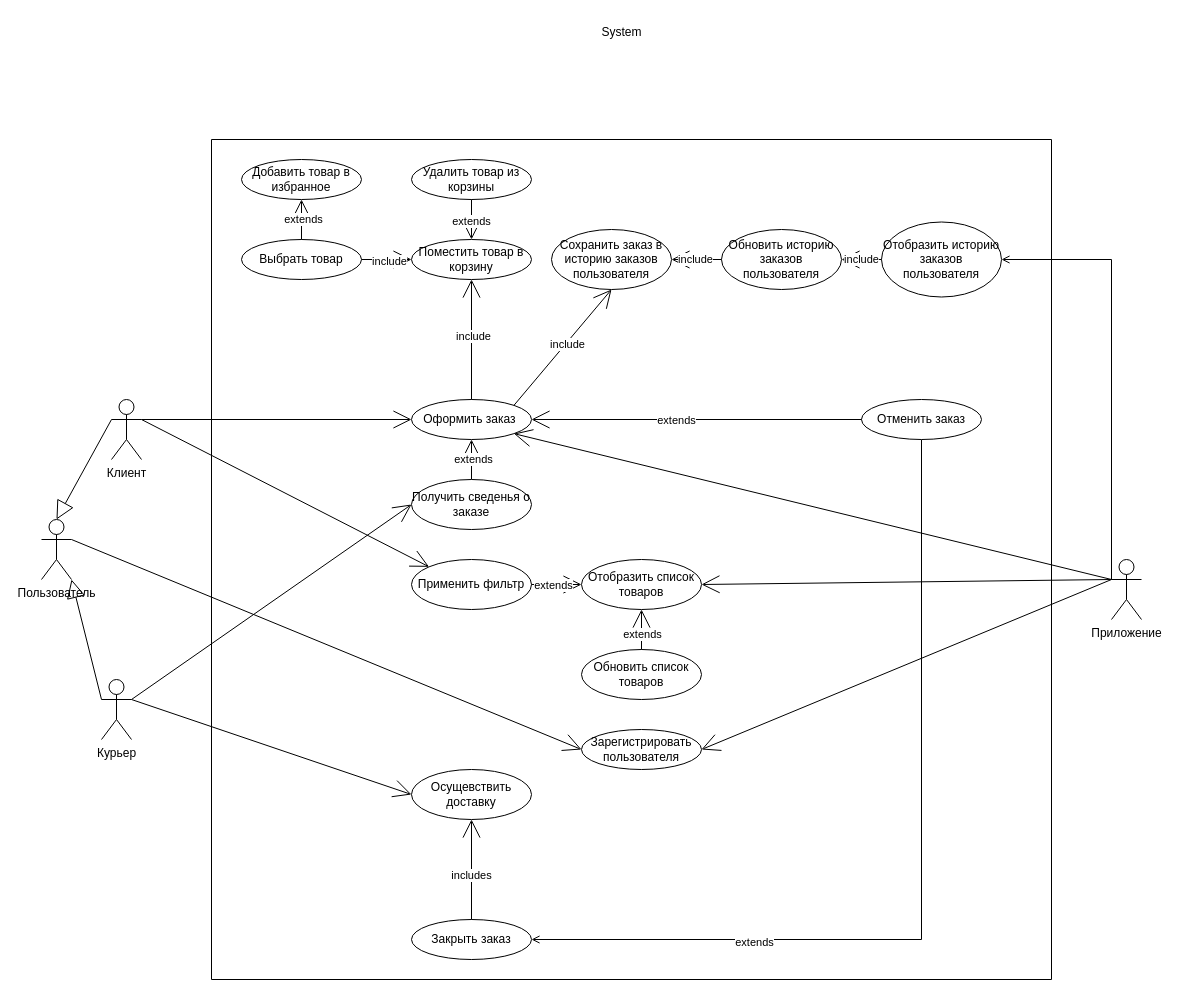
This is precedents_delivery_service.drawio from MstislavRomanovski/ProgramIngeneering, a draw.io file, before an edit. Source tidied: cells renumbered, new cells numbered last; positions are measured from the earlier drawing's top-left corner, leaving out a move shared by most shapes. Both pictures are drawn from the tidied source at 100%, with x=0, y=0 at pixel (41, 17).
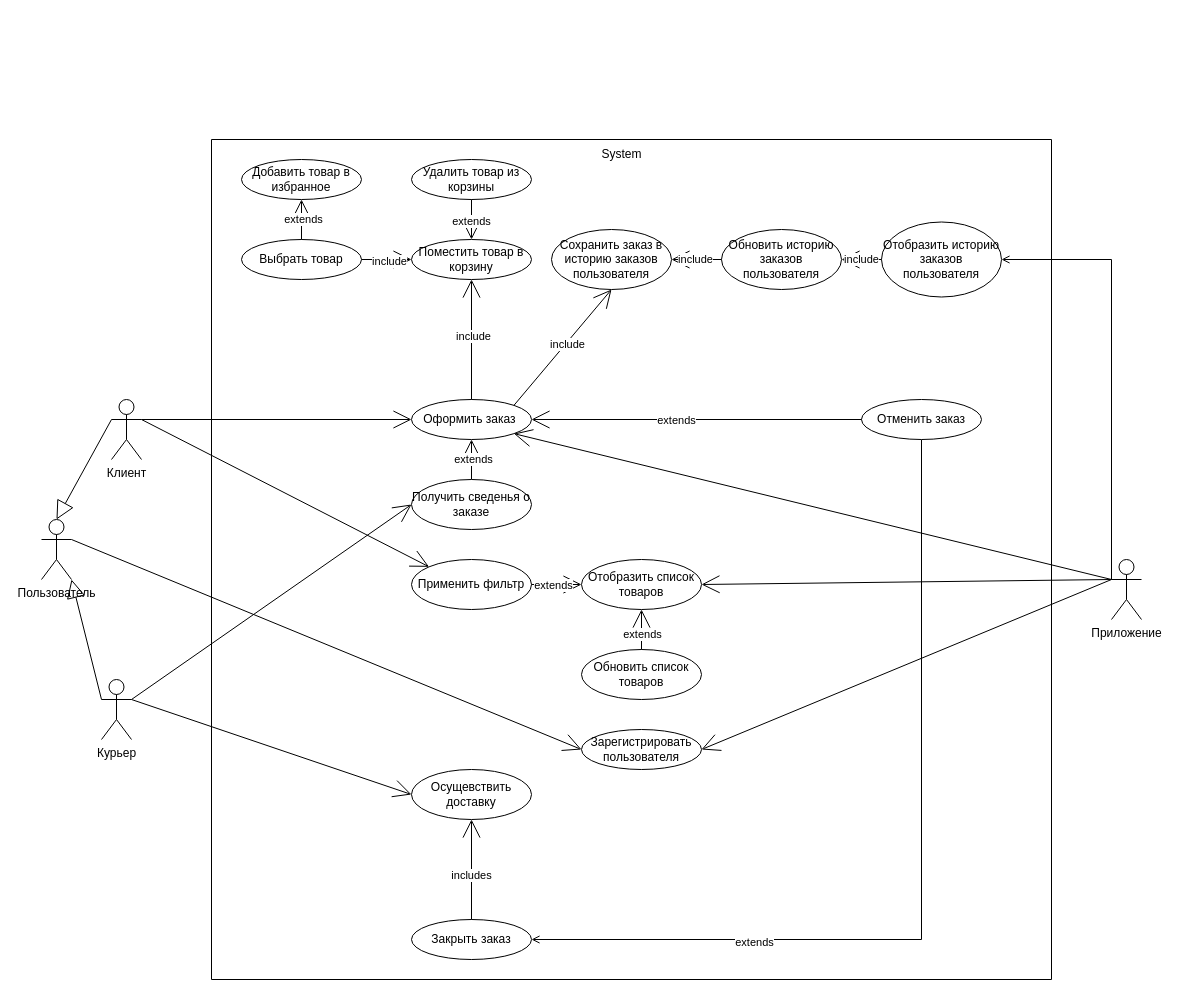
After the change.

The change refers to these unchanged cells:
```xml
<mxCell id="59" style="swimlane;startSize=0;" parent="1" vertex="1">
  <mxGeometry x="170" y="122" width="840" height="840" as="geometry" />
</mxCell>
```

What changed in the source:
```diff
@@
-    <mxCell id="60" value="System" style="text;html=1;align=center;verticalAlign=middle;strokeColor=none;fillColor=none;" parent="1" vertex="1">
-      <mxGeometry x="550" width="60" height="30" as="geometry" />
+    <mxCell id="60" value="System" style="text;html=1;align=center;verticalAlign=middle;strokeColor=none;fillColor=none;" parent="59" vertex="1">
+      <mxGeometry x="380" width="60" height="30" as="geometry" />
     </mxCell>
```
